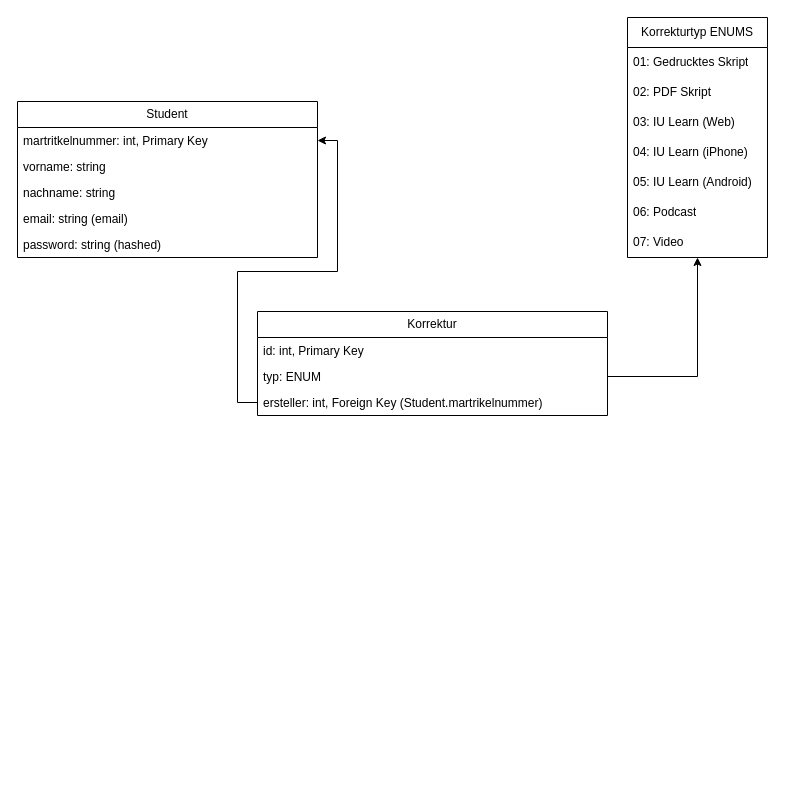
Earlier version of the draw.io diagram Unbenanntes Diagramm.drawio (markus-zschoch-iubh/projekt-software-engineering). Source tidied: cells renumbered, new cells numbered last; positions are measured from the earlier drawing's top-left corner, leaving out a move shared by most shapes. Both pictures are drawn from the tidied source at 100%, with x=0, y=0 at pixel (17, 17).
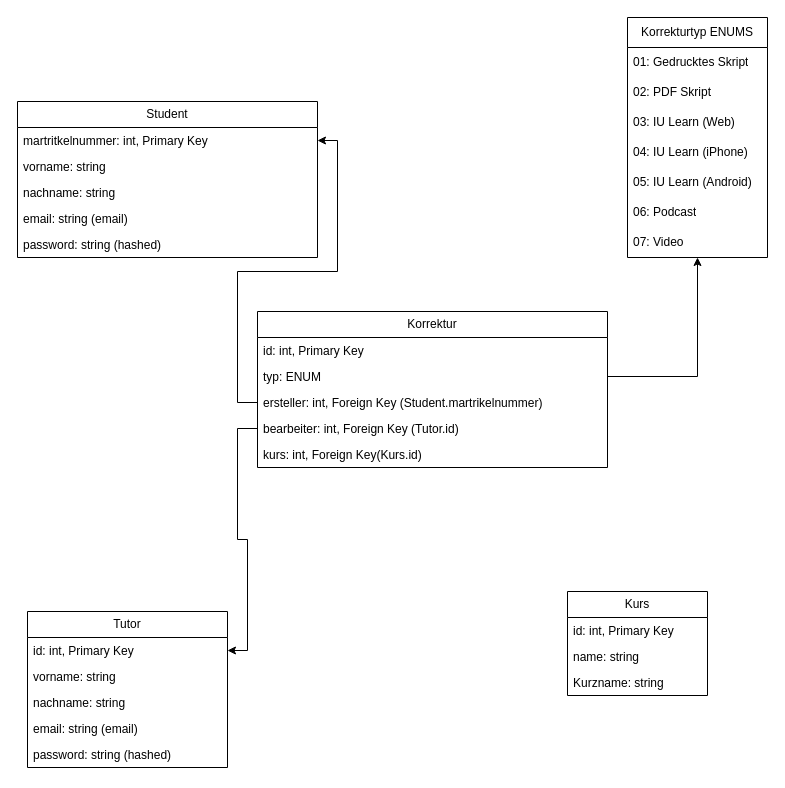
The same diagram, later.

Change to the diagram source:
```diff
@@
     <mxCell id="8" value="Korrektur" style="swimlane;fontStyle=0;horizontal=1;startSize=26;fillColor=none;whiteSpace=wrap;html=1;" parent="1" vertex="1">
-      <mxGeometry x="240" y="294" width="350" height="104" as="geometry" />
+      <mxGeometry x="240" y="294" width="350" height="156" as="geometry" />
     </mxCell>
@@
+    <mxCell id="22" value="bearbeiter: int, Foreign Key (Tutor.id)" style="text;strokeColor=none;fillColor=none;align=left;verticalAlign=top;spacingLeft=4;spacingRight=4;overflow=hidden;points=[[0,0.5],[1,0.5]];portConstraint=eastwest;whiteSpace=wrap;html=1;" parent="8" vertex="1">
+      <mxGeometry y="104" width="350" height="26" as="geometry" />
+    </mxCell>
+    <mxCell id="23" value="kurs: int, Foreign Key(Kurs.id)" style="text;strokeColor=none;fillColor=none;align=left;verticalAlign=top;spacingLeft=4;spacingRight=4;overflow=hidden;whiteSpace=wrap;html=1;" parent="8" vertex="1">
+      <mxGeometry y="130" width="350" height="26" as="geometry" />
+    </mxCell>
@@
+    <mxCell id="24" value="Tutor" style="swimlane;fontStyle=0;horizontal=1;startSize=26;fillColor=none;whiteSpace=wrap;html=1;" parent="1" vertex="1">
+      <mxGeometry x="10" y="594" width="200" height="156" as="geometry" />
+    </mxCell>
+    <mxCell id="25" value="id: int, Primary Key" style="text;strokeColor=none;fillColor=none;align=left;verticalAlign=top;spacingLeft=4;spacingRight=4;overflow=hidden;points=[[0,0.5],[1,0.5]];portConstraint=eastwest;whiteSpace=wrap;html=1;" parent="24" vertex="1">
+      <mxGeometry y="26" width="200" height="26" as="geometry" />
+    </mxCell>
+    <mxCell id="26" value="vorname: string" style="text;strokeColor=none;fillColor=none;align=left;verticalAlign=top;spacingLeft=4;spacingRight=4;overflow=hidden;whiteSpace=wrap;html=1;" parent="24" vertex="1">
+      <mxGeometry y="52" width="200" height="26" as="geometry" />
+    </mxCell>
+    <mxCell id="27" value="nachname: string" style="text;strokeColor=none;fillColor=none;align=left;verticalAlign=top;spacingLeft=4;spacingRight=4;overflow=hidden;whiteSpace=wrap;html=1;" parent="24" vertex="1">
+      <mxGeometry y="78" width="200" height="26" as="geometry" />
+    </mxCell>
+    <mxCell id="28" value="email: string (email)" style="text;strokeColor=none;fillColor=none;align=left;verticalAlign=top;spacingLeft=4;spacingRight=4;overflow=hidden;whiteSpace=wrap;html=1;" parent="24" vertex="1">
+      <mxGeometry y="104" width="200" height="26" as="geometry" />
+    </mxCell>
+    <mxCell id="29" value="password: string (hashed)" style="text;strokeColor=none;fillColor=none;align=left;verticalAlign=top;spacingLeft=4;spacingRight=4;overflow=hidden;whiteSpace=wrap;html=1;" parent="24" vertex="1">
+      <mxGeometry y="130" width="200" height="26" as="geometry" />
+    </mxCell>
+    <mxCell id="30" style="edgeStyle=orthogonalEdgeStyle;rounded=0;jettySize=auto;html=1;exitX=0;exitY=0.5;exitDx=0;exitDy=0;entryX=1;entryY=0.5;entryDx=0;entryDy=0;" parent="1" edge="1" source="22" target="25">
+      <mxGeometry relative="1" as="geometry" />
+    </mxCell>
+    <mxCell id="31" value="Kurs" style="swimlane;fontStyle=0;horizontal=1;startSize=26;fillColor=none;whiteSpace=wrap;html=1;" parent="1" vertex="1">
+      <mxGeometry x="550" y="574" width="140" height="104" as="geometry" />
+    </mxCell>
+    <mxCell id="32" value="id: int, Primary Key" style="text;strokeColor=none;fillColor=none;align=left;verticalAlign=top;spacingLeft=4;spacingRight=4;overflow=hidden;whiteSpace=wrap;html=1;" parent="31" vertex="1">
+      <mxGeometry y="26" width="140" height="26" as="geometry" />
+    </mxCell>
+    <mxCell id="33" value="name: string" style="text;strokeColor=none;fillColor=none;align=left;verticalAlign=top;spacingLeft=4;spacingRight=4;overflow=hidden;whiteSpace=wrap;html=1;" parent="31" vertex="1">
+      <mxGeometry y="52" width="140" height="26" as="geometry" />
+    </mxCell>
+    <mxCell id="34" value="Kurzname: string" style="text;strokeColor=none;fillColor=none;align=left;verticalAlign=top;spacingLeft=4;spacingRight=4;overflow=hidden;whiteSpace=wrap;html=1;" parent="31" vertex="1">
+      <mxGeometry y="78" width="140" height="26" as="geometry" />
+    </mxCell>
```
